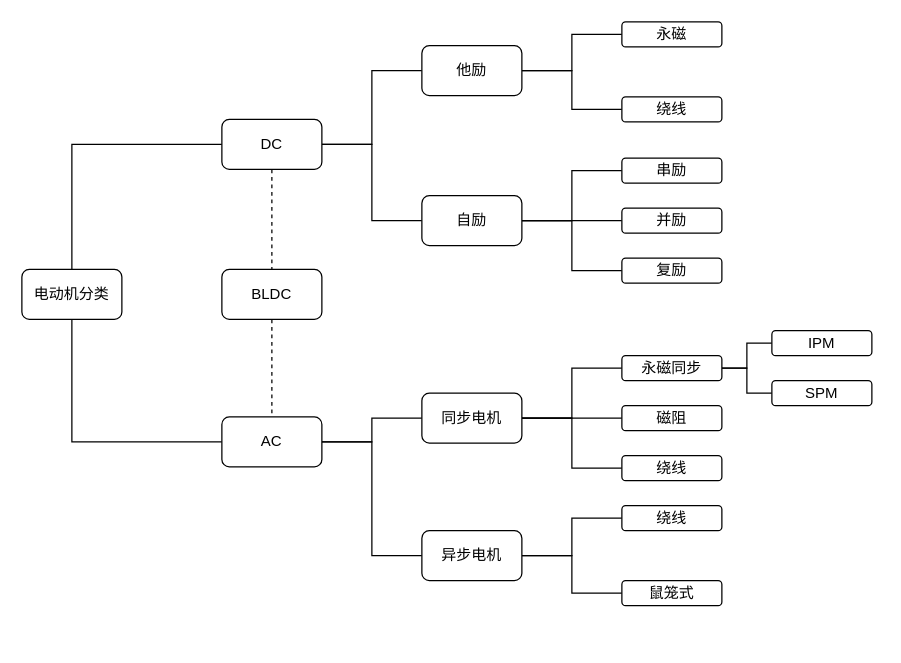
Vinson-001/Blog-flow-chart keeps this draw.io diagram as 电动机分类.drawio. Above is the earlier version. Source tidied: cells renumbered, new cells numbered last; positions are measured from the earlier drawing's top-left corner, leaving out a move shared by most shapes. Both pictures are drawn from the tidied source at 125%, with x=0, y=0 at pixel (21, 21).
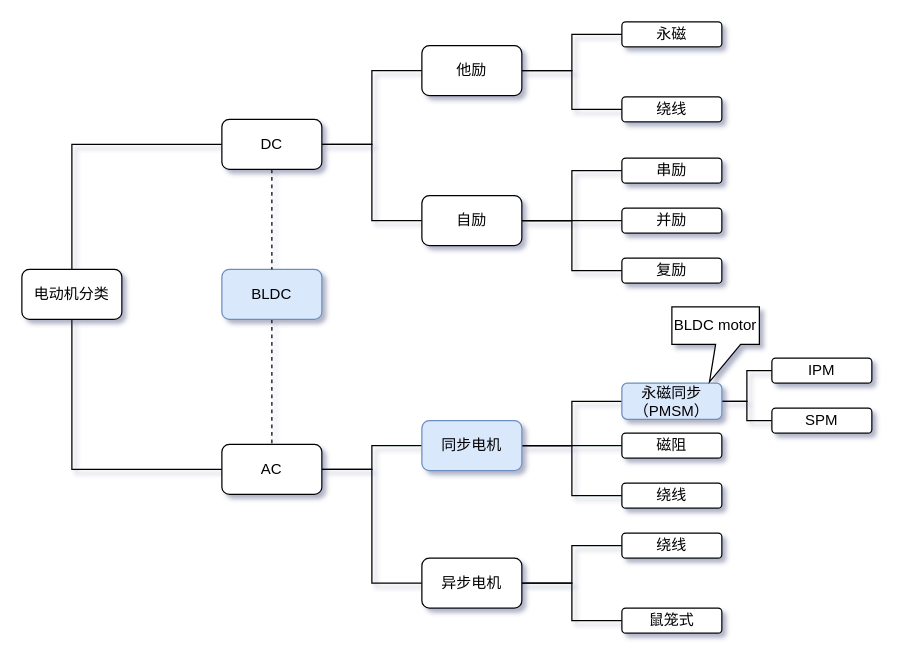
Above is the later version.

Commit message (it also covers changes not shown here):
更新电动机分类.drawio

Diff of the diagram source:
```diff
@@
-<mxGraphModel>
+<mxGraphModel shadow="1">
@@
-    <mxCell id="6" value="BLDC" style="rounded=1;whiteSpace=wrap;html=1;" parent="1" vertex="1">
+    <mxCell id="6" value="BLDC" style="rounded=1;whiteSpace=wrap;html=1;fillColor=#dae8fc;strokeColor=#6c8ebf;" parent="1" vertex="1">
       <mxGeometry x="160" y="198" width="80" height="40" as="geometry" />
     </mxCell>
@@
     <mxCell id="9" value="AC" style="rounded=1;whiteSpace=wrap;html=1;" parent="1" vertex="1">
-      <mxGeometry x="160" y="316" width="80" height="40" as="geometry" />
+      <mxGeometry x="160" y="338" width="80" height="40" as="geometry" />
     </mxCell>
@@
-    <mxCell id="29" value="同步电机" style="rounded=1;whiteSpace=wrap;html=1;" parent="1" vertex="1">
-      <mxGeometry x="320" y="297" width="80" height="40" as="geometry" />
+    <mxCell id="29" value="同步电机" style="rounded=1;whiteSpace=wrap;html=1;fillColor=#dae8fc;strokeColor=#6c8ebf;" parent="1" vertex="1">
+      <mxGeometry x="320" y="319" width="80" height="40" as="geometry" />
     </mxCell>
@@
     <mxCell id="32" value="异步电机" style="rounded=1;whiteSpace=wrap;html=1;" parent="1" vertex="1">
-      <mxGeometry x="320" y="407" width="80" height="40" as="geometry" />
+      <mxGeometry x="320" y="429" width="80" height="40" as="geometry" />
     </mxCell>
@@
-    <mxCell id="35" value="永磁同步" style="rounded=1;whiteSpace=wrap;html=1;" parent="1" vertex="1">
-      <mxGeometry x="480" y="267" width="80" height="20" as="geometry" />
+    <mxCell id="35" value="永磁同步（PMSM）" style="rounded=1;whiteSpace=wrap;html=1;fillColor=#dae8fc;strokeColor=#6c8ebf;" parent="1" vertex="1">
+      <mxGeometry x="480" y="289" width="80" height="29" as="geometry" />
     </mxCell>
     <mxCell id="36" value="磁阻" style="rounded=1;whiteSpace=wrap;html=1;" parent="1" vertex="1">
-      <mxGeometry x="480" y="307" width="80" height="20" as="geometry" />
+      <mxGeometry x="480" y="329" width="80" height="20" as="geometry" />
     </mxCell>
     <mxCell id="37" value="绕线" style="rounded=1;whiteSpace=wrap;html=1;" parent="1" vertex="1">
-      <mxGeometry x="480" y="347" width="80" height="20" as="geometry" />
+      <mxGeometry x="480" y="369" width="80" height="20" as="geometry" />
     </mxCell>
     <mxCell id="38" value="绕线" style="rounded=1;whiteSpace=wrap;html=1;" parent="1" vertex="1">
-      <mxGeometry x="480" y="387" width="80" height="20" as="geometry" />
+      <mxGeometry x="480" y="409" width="80" height="20" as="geometry" />
     </mxCell>
     <mxCell id="39" value="鼠笼式" style="rounded=1;whiteSpace=wrap;html=1;" parent="1" vertex="1">
-      <mxGeometry x="480" y="447" width="80" height="20" as="geometry" />
+      <mxGeometry x="480" y="469" width="80" height="20" as="geometry" />
     </mxCell>
     <mxCell id="40" value="IPM" style="rounded=1;whiteSpace=wrap;html=1;" parent="1" vertex="1">
-      <mxGeometry x="600" y="247" width="80" height="20" as="geometry" />
+      <mxGeometry x="600" y="269" width="80" height="20" as="geometry" />
     </mxCell>
     <mxCell id="41" value="SPM" style="rounded=1;whiteSpace=wrap;html=1;" parent="1" vertex="1">
-      <mxGeometry x="600" y="287" width="80" height="20" as="geometry" />
+      <mxGeometry x="600" y="309" width="80" height="20" as="geometry" />
     </mxCell>
+    <mxCell id="42" value="BLDC motor" style="shape=callout;whiteSpace=wrap;html=1;perimeter=calloutPerimeter;position2=0.43;" parent="1" vertex="1">
+      <mxGeometry x="520" y="228" width="70" height="60" as="geometry" />
+    </mxCell>
```
